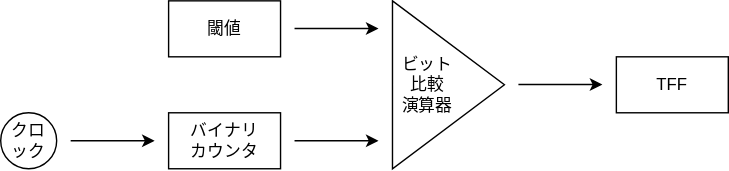
Before: Lab/Computer/Micon/PWM/img/circuit.drawio.svg, a diagram exported from draw.io (amane-uehara/kanade-k-1228.github.io). Source tidied: cells renumbered, new cells last; positions are measured from the earlier drawing's top-left corner, leaving out a move shared by most shapes.
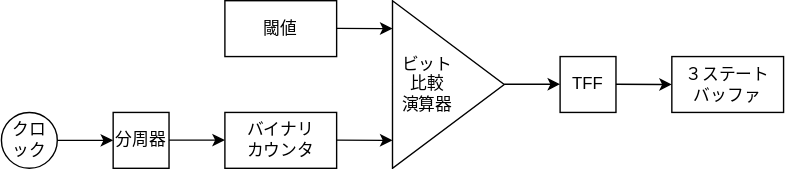
Later version of the same file.

The edit, as a diff of the source:
```diff
@@ -3,10 +3,10 @@
     <mxCell id="0" />
     <mxCell id="1" parent="0" />
     <mxCell id="2" value="バイナリ&lt;br&gt;カウンタ" style="rounded=0;whiteSpace=wrap;html=1;" parent="1" vertex="1">
-      <mxGeometry x="120" y="80" width="80" height="40" as="geometry" />
+      <mxGeometry x="160" y="80" width="80" height="40" as="geometry" />
     </mxCell>
     <mxCell id="3" value="閾値" style="rounded=0;whiteSpace=wrap;html=1;" parent="1" vertex="1">
-      <mxGeometry x="120" width="80" height="40" as="geometry" />
+      <mxGeometry x="160" width="80" height="40" as="geometry" />
     </mxCell>
     <mxCell id="4" style="triangle;whiteSpace=wrap;html=1;" parent="1" vertex="1">
       <mxGeometry x="280" width="80" height="120" as="geometry" />
@@ -16,33 +16,51 @@
     </mxCell>
     <mxCell id="6" style="endArrow=classic;html=1;" parent="1" edge="1">
       <mxGeometry relative="1" as="geometry">
-        <mxPoint x="50" y="100" as="sourcePoint" />
-        <mxPoint x="110" y="100" as="targetPoint" />
+        <mxPoint x="120" y="99.8" as="sourcePoint" />
+        <mxPoint x="160" y="99.8" as="targetPoint" />
       </mxGeometry>
     </mxCell>
     <mxCell id="7" style="endArrow=classic;html=1;" parent="1" edge="1">
       <mxGeometry relative="1" as="geometry">
-        <mxPoint x="210" y="19.8" as="sourcePoint" />
-        <mxPoint x="270" y="19.8" as="targetPoint" />
+        <mxPoint x="240" y="19.8" as="sourcePoint" />
+        <mxPoint x="280" y="20" as="targetPoint" />
       </mxGeometry>
     </mxCell>
     <mxCell id="8" style="endArrow=classic;html=1;" parent="1" edge="1">
       <mxGeometry relative="1" as="geometry">
-        <mxPoint x="210" y="100" as="sourcePoint" />
-        <mxPoint x="270" y="100" as="targetPoint" />
+        <mxPoint x="240" y="99.8" as="sourcePoint" />
+        <mxPoint x="280" y="100" as="targetPoint" />
       </mxGeometry>
     </mxCell>
     <mxCell id="9" style="endArrow=classic;html=1;" parent="1" edge="1">
       <mxGeometry relative="1" as="geometry">
-        <mxPoint x="370" y="59.8" as="sourcePoint" />
-        <mxPoint x="430" y="59.8" as="targetPoint" />
+        <mxPoint x="360" y="59.8" as="sourcePoint" />
+        <mxPoint x="400" y="59.8" as="targetPoint" />
       </mxGeometry>
     </mxCell>
     <mxCell id="10" value="TFF" style="rounded=0;whiteSpace=wrap;html=1;" parent="1" vertex="1">
-      <mxGeometry x="440" y="40" width="80" height="40" as="geometry" />
+      <mxGeometry x="400" y="40" width="40" height="40" as="geometry" />
     </mxCell>
     <mxCell id="11" value="ビット&lt;br&gt;比較&lt;br&gt;演算器" style="text;html=1;strokeColor=none;fillColor=none;align=center;verticalAlign=middle;whiteSpace=wrap;rounded=0;" parent="1" vertex="1">
       <mxGeometry x="280" y="40" width="50" height="40" as="geometry" />
     </mxCell>
+    <mxCell id="12" value="分周器" style="rounded=0;whiteSpace=wrap;html=1;" parent="1" vertex="1">
+      <mxGeometry x="80" y="80" width="40" height="40" as="geometry" />
+    </mxCell>
+    <mxCell id="13" style="endArrow=classic;html=1;" parent="1" edge="1">
+      <mxGeometry relative="1" as="geometry">
+        <mxPoint x="40" y="100" as="sourcePoint" />
+        <mxPoint x="80" y="100" as="targetPoint" />
+      </mxGeometry>
+    </mxCell>
+    <mxCell id="14" value="３ステート&lt;br&gt;バッファ" style="rounded=0;whiteSpace=wrap;html=1;" parent="1" vertex="1">
+      <mxGeometry x="480" y="40" width="80" height="40" as="geometry" />
+    </mxCell>
+    <mxCell id="15" style="endArrow=classic;html=1;" parent="1" edge="1">
+      <mxGeometry relative="1" as="geometry">
+        <mxPoint x="440" y="59.8" as="sourcePoint" />
+        <mxPoint x="480" y="60" as="targetPoint" />
+      </mxGeometry>
+    </mxCell>
   </root>
 </mxGraphModel>
```
